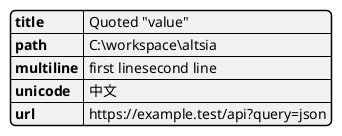
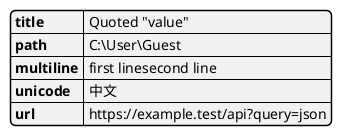
@startjson
{
  "title": "Quoted \"value\"",
-   "path": "C:\\workspace\\altsia",
+   "path": "C:\\User\\Guest",
  "multiline": "first line\nsecond line",
  "unicode": "\u4e2d\u6587",
  "url": "https://example.test/api?query=json"
}
@endjson
